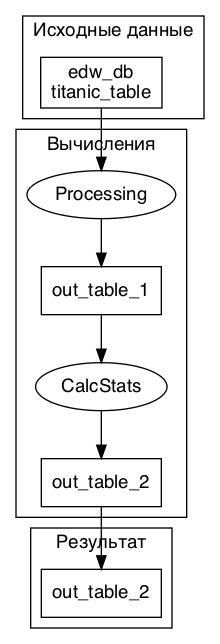
n-surkov/PySparkPipeline keeps this Graphviz diagram as example_project/modules/some_module/pipeline.png. Above is the earlier version. Its source is kept beside it as example_project/modules/some_module/pipeline.dot.
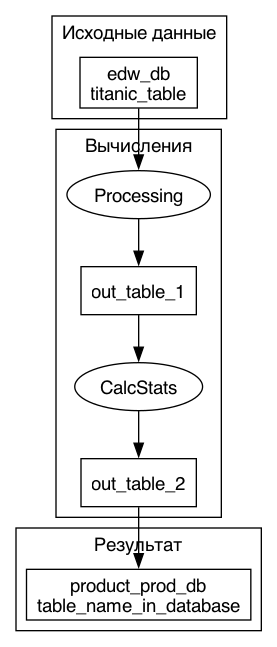
Above is the later version.

Change to the diagram source:
```diff
@@ -4,26 +4,26 @@
 
   subgraph cluster_sources{
     label="Исходные данные"
-    src_table_input_table_1 [label=<edw_db<br/>titanic_table>]
+    table_sep__sep_input_table_1 [label=<edw_db<br/>titanic_table>]
   }
 
 
   subgraph cluster_calculations{
     label="Вычисления"
-    step0 [label="Processing", shape=ellipse]
-    src_table_input_table_1 -> step0
-    interm_table_out_table_1 [label="out_table_1"]
-    step0 -> interm_table_out_table_1
-    step1 [label="CalcStats", shape=ellipse]
-    interm_table_out_table_1 -> step1
-    interm_table_out_table_2 [label="out_table_2"]
-    step1 -> interm_table_out_table_2
+    step_sep_Processing [label="Processing", shape=ellipse]
+    table_sep__sep_input_table_1 -> step_sep_Processing
+    table_sep_Processing_sep_out_table_1 [label="out_table_1"]
+    step_sep_Processing -> table_sep_Processing_sep_out_table_1
+    step_sep_CalcStats [label="CalcStats", shape=ellipse]
+    table_sep_Processing_sep_out_table_1 -> step_sep_CalcStats
+    table_sep_CalcStats_sep_out_table_2 [label="out_table_2"]
+    step_sep_CalcStats -> table_sep_CalcStats_sep_out_table_2
   }
 
 
   subgraph cluster_outputs{
     label="Результат"
-    output_table_out_table_2 [label="out_table_2"]
-    interm_table_out_table_2 -> output_table_out_table_2
+    table_sep_pipeline_sep_out_table_2 [label=<product_prod_db<br/>table_name_in_database>]
+    table_sep_CalcStats_sep_out_table_2 -> table_sep_pipeline_sep_out_table_2
   }
 }
```
